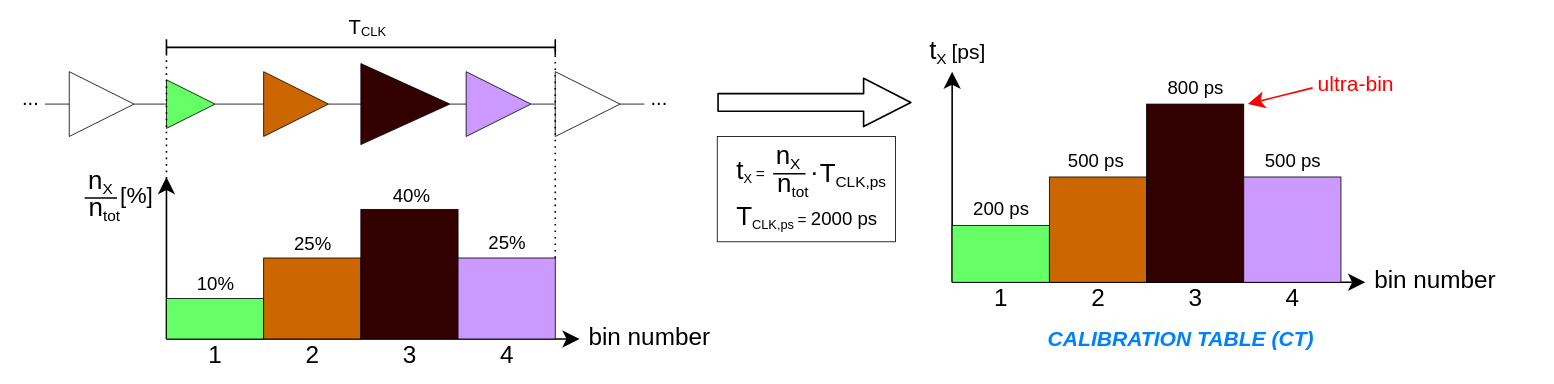
This is 3.Main-Work/images/CDT_CT.dio from mconsonni96/Tesi, a draw.io file, before an edit. Source tidied: cells renumbered, new cells numbered last; positions are measured from the earlier drawing's top-left corner, leaving out a move shared by most shapes. Both pictures are drawn from the tidied source at 81%, with x=0, y=0 at pixel (14, 15).
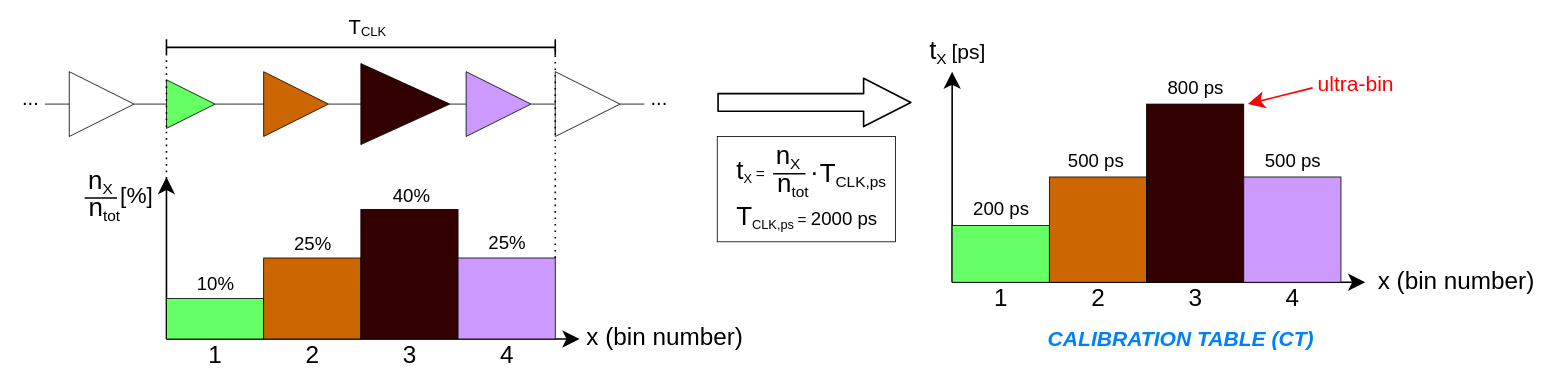
Above is the later version.

What changed in the source:
```diff
@@
-    <mxCell id="24" value="&lt;font style=&quot;font-size: 30px&quot; color=&quot;#000000&quot;&gt;bin number&lt;/font&gt;" style="text;html=1;align=center;verticalAlign=middle;fillColor=none;strokeColor=none;rounded=0;fontSize=25;rotation=0;" parent="1" vertex="1">
-      <mxGeometry x="699" y="377" width="170" height="40" as="geometry" />
+    <mxCell id="24" value="&lt;font style=&quot;font-size: 30px&quot; color=&quot;#000000&quot;&gt;x (bin number)&lt;/font&gt;" style="text;html=1;align=center;verticalAlign=middle;fillColor=none;strokeColor=none;rounded=0;fontSize=25;rotation=0;" parent="1" vertex="1">
+      <mxGeometry x="698" y="377" width="210" height="40" as="geometry" />
     </mxCell>
@@
-    <mxCell id="45" value="&lt;font style=&quot;font-size: 30px&quot; color=&quot;#000000&quot;&gt;bin number&lt;/font&gt;" style="text;html=1;align=center;verticalAlign=middle;fillColor=none;strokeColor=none;rounded=0;fontSize=25;rotation=0;" parent="1" vertex="1">
-      <mxGeometry x="1669" y="307" width="170" height="40" as="geometry" />
-    </mxCell>
@@
+    <mxCell id="71" value="&lt;font style=&quot;font-size: 30px&quot; color=&quot;#000000&quot;&gt;x (bin number)&lt;/font&gt;" style="text;html=1;align=center;verticalAlign=middle;fillColor=none;strokeColor=none;rounded=0;fontSize=25;rotation=0;" parent="1" vertex="1">
+      <mxGeometry x="1675" y="308" width="210" height="40" as="geometry" />
+    </mxCell>
```
